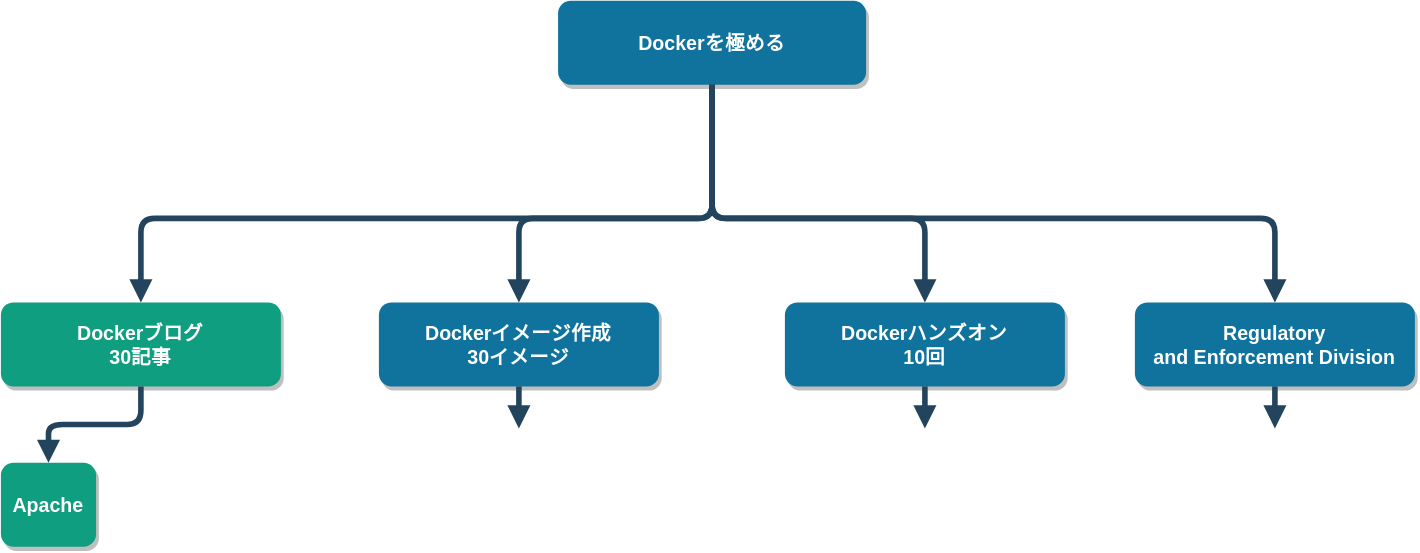
Before: 人生設計.drawio.svg, a diagram exported from draw.io (minegishirei/draw_v1). Source tidied: cells renumbered, new cells last; positions are measured from the earlier drawing's top-left corner, leaving out a move shared by most shapes.
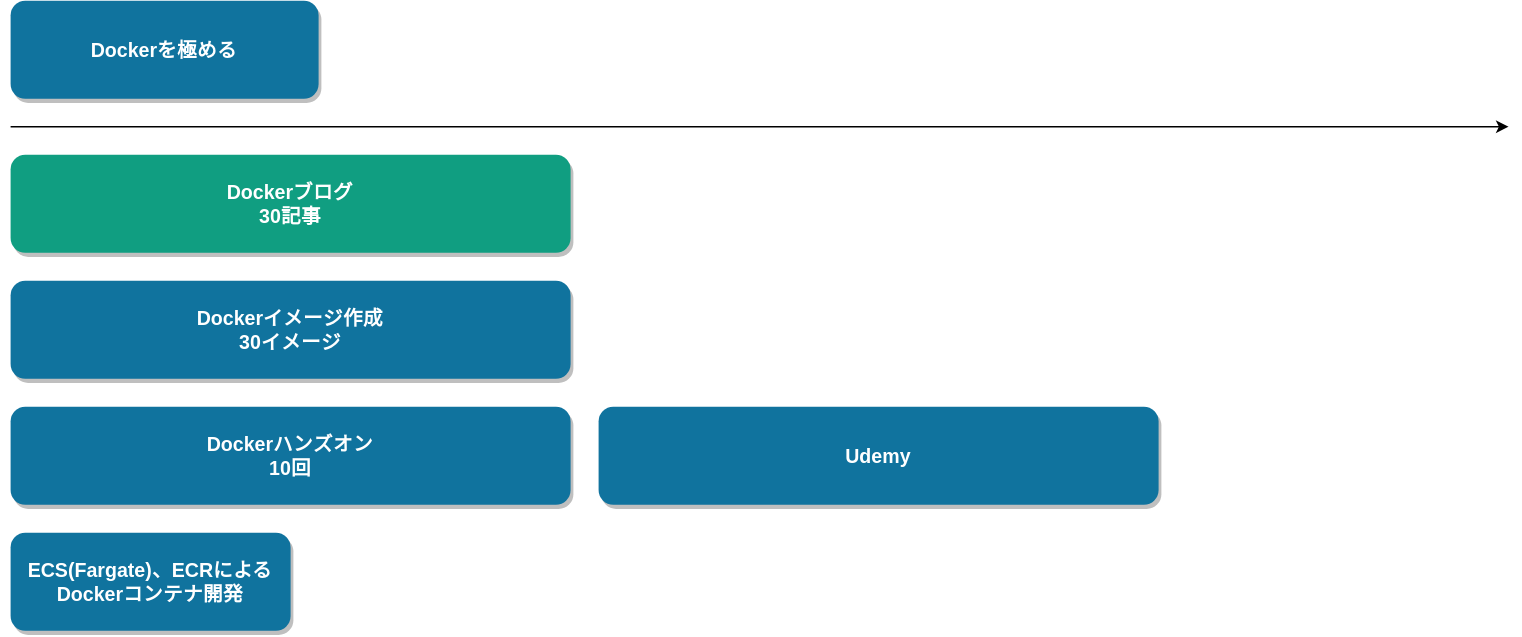
The same file after the commit.

Commit message:
人生設計.drawio.svg を追加しました。

Change to the diagram source:
```diff
@@ -3,68 +3,28 @@
     <mxCell id="0" />
     <mxCell id="1" parent="0" />
     <mxCell id="2" value="Dockerを極める" style="rounded=1;fillColor=#10739E;strokeColor=none;shadow=1;gradientColor=none;fontStyle=1;fontColor=#FFFFFF;fontSize=14;" parent="1" vertex="1">
-      <mxGeometry x="398" width="220" height="60" as="geometry" />
+      <mxGeometry x="-82" y="50" width="220" height="70" as="geometry" />
     </mxCell>
     <mxCell id="3" value="Dockerブログ&#10;30記事" style="rounded=1;fillColor=#109e81;strokeColor=none;shadow=1;gradientColor=none;fontStyle=1;fontColor=#FFFFFF;fontSize=14;" parent="1" vertex="1">
-      <mxGeometry y="215.5" width="200" height="60" as="geometry" />
+      <mxGeometry x="-82" y="160" width="400" height="70" as="geometry" />
     </mxCell>
     <mxCell id="4" value="Dockerイメージ作成&#10;30イメージ" style="rounded=1;fillColor=#10739E;strokeColor=none;shadow=1;gradientColor=none;fontStyle=1;fontColor=#FFFFFF;fontSize=14;" parent="1" vertex="1">
-      <mxGeometry x="270" y="215.5" width="200" height="60" as="geometry" />
+      <mxGeometry x="-82" y="250" width="400" height="70" as="geometry" />
     </mxCell>
     <mxCell id="5" value="Dockerハンズオン&#10;10回" style="rounded=1;fillColor=#10739E;strokeColor=none;shadow=1;gradientColor=none;fontStyle=1;fontColor=#FFFFFF;fontSize=14;" parent="1" vertex="1">
-      <mxGeometry x="560" y="215.5" width="200" height="60" as="geometry" />
+      <mxGeometry x="-82" y="340" width="400" height="70" as="geometry" />
     </mxCell>
-    <mxCell id="6" value="Regulatory &#10;and Enforcement Division" style="rounded=1;fillColor=#10739E;strokeColor=none;shadow=1;gradientColor=none;fontStyle=1;fontColor=#FFFFFF;fontSize=14;" parent="1" vertex="1">
-      <mxGeometry x="810" y="215.5" width="200" height="60" as="geometry" />
+    <mxCell id="6" value="Udemy" style="rounded=1;fillColor=#10739E;strokeColor=none;shadow=1;gradientColor=none;fontStyle=1;fontColor=#FFFFFF;fontSize=14;" parent="1" vertex="1">
+      <mxGeometry x="338" y="340" width="400" height="70" as="geometry" />
     </mxCell>
-    <mxCell id="7" style="edgeStyle=elbowEdgeStyle;elbow=vertical;strokeWidth=4;endArrow=block;endFill=1;fontStyle=1;strokeColor=#23445D;" parent="1" edge="1" source="2" target="3">
-      <mxGeometry x="22" y="165.5" as="geometry">
-        <Array as="points">
-          <mxPoint x="270" y="155.5" />
-        </Array>
-      </mxGeometry>
-    </mxCell>
-    <mxCell id="8" style="edgeStyle=elbowEdgeStyle;elbow=vertical;strokeWidth=4;endArrow=block;endFill=1;fontStyle=1;strokeColor=#23445D;" parent="1" edge="1" source="2" target="6">
-      <mxGeometry x="22" y="165.5" as="geometry">
-        <Array as="points">
-          <mxPoint x="690" y="155.5" />
-        </Array>
-      </mxGeometry>
-    </mxCell>
-    <mxCell id="9" style="edgeStyle=elbowEdgeStyle;elbow=vertical;strokeWidth=4;endArrow=block;endFill=1;fontStyle=1;strokeColor=#23445D;" parent="1" edge="1" source="4">
-      <mxGeometry x="62" y="165.5" as="geometry">
-        <mxPoint x="370" y="305.5" as="targetPoint" />
-      </mxGeometry>
-    </mxCell>
-    <mxCell id="10" style="edgeStyle=elbowEdgeStyle;elbow=vertical;strokeWidth=4;endArrow=block;endFill=1;fontStyle=1;strokeColor=#23445D;" parent="1" edge="1" source="5">
-      <mxGeometry x="72" y="165.5" as="geometry">
-        <mxPoint x="660" y="305.5" as="targetPoint" />
-      </mxGeometry>
-    </mxCell>
-    <mxCell id="11" style="edgeStyle=elbowEdgeStyle;elbow=vertical;strokeWidth=4;endArrow=block;endFill=1;fontStyle=1;strokeColor=#23445D;" parent="1" edge="1" source="6">
-      <mxGeometry x="72" y="165.5" as="geometry">
-        <mxPoint x="910" y="305.5" as="targetPoint" />
-      </mxGeometry>
-    </mxCell>
-    <mxCell id="12" style="edgeStyle=elbowEdgeStyle;elbow=vertical;strokeWidth=4;endArrow=block;endFill=1;fontStyle=1;strokeColor=#23445D;" parent="1" edge="1" source="2" target="4">
-      <mxGeometry x="22" y="165.5" as="geometry">
-        <Array as="points">
-          <mxPoint x="370" y="155.5" />
-        </Array>
-      </mxGeometry>
-    </mxCell>
-    <mxCell id="13" style="edgeStyle=elbowEdgeStyle;elbow=vertical;strokeWidth=4;endArrow=block;endFill=1;fontStyle=1;strokeColor=#23445D;" parent="1" edge="1" source="2" target="5">
-      <mxGeometry x="22" y="165.5" as="geometry">
-        <Array as="points">
-          <mxPoint x="660" y="155.5" />
-        </Array>
-      </mxGeometry>
-    </mxCell>
-    <mxCell id="14" value="Apache" style="rounded=1;fillColor=#109e81;strokeColor=none;shadow=1;gradientColor=none;fontStyle=1;fontColor=#FFFFFF;fontSize=14;" parent="1" vertex="1">
-      <mxGeometry y="330" width="68" height="60" as="geometry" />
-    </mxCell>
-    <mxCell id="15" style="edgeStyle=elbowEdgeStyle;elbow=vertical;strokeWidth=4;endArrow=block;endFill=1;fontStyle=1;strokeColor=#23445D;exitX=0.5;exitY=1;exitDx=0;exitDy=0;entryX=0.5;entryY=0;entryDx=0;entryDy=0;" parent="1" edge="1" source="3" target="14">
-      <mxGeometry x="72" y="175.5" as="geometry" />
-    </mxCell>
+    <mxCell id="16" style="endArrow=classic;html=1;rounded=0;" parent="1" edge="1">
+      <mxGeometry relative="1" as="geometry">
+        <mxPoint x="-82" y="140" as="sourcePoint" />
+        <mxPoint x="988" y="140" as="targetPoint" />
+      </mxGeometry>
+    </mxCell>
+    <mxCell id="17" value="ECS(Fargate)、ECRによる&#10;Dockerコンテナ開発" style="rounded=1;fillColor=#10739E;strokeColor=none;shadow=1;gradientColor=none;fontStyle=1;fontColor=#FFFFFF;fontSize=14;" parent="1" vertex="1">
+      <mxGeometry x="-82" y="430" width="200" height="70" as="geometry" />
+    </mxCell>
   </root>
 </mxGraphModel>
```
